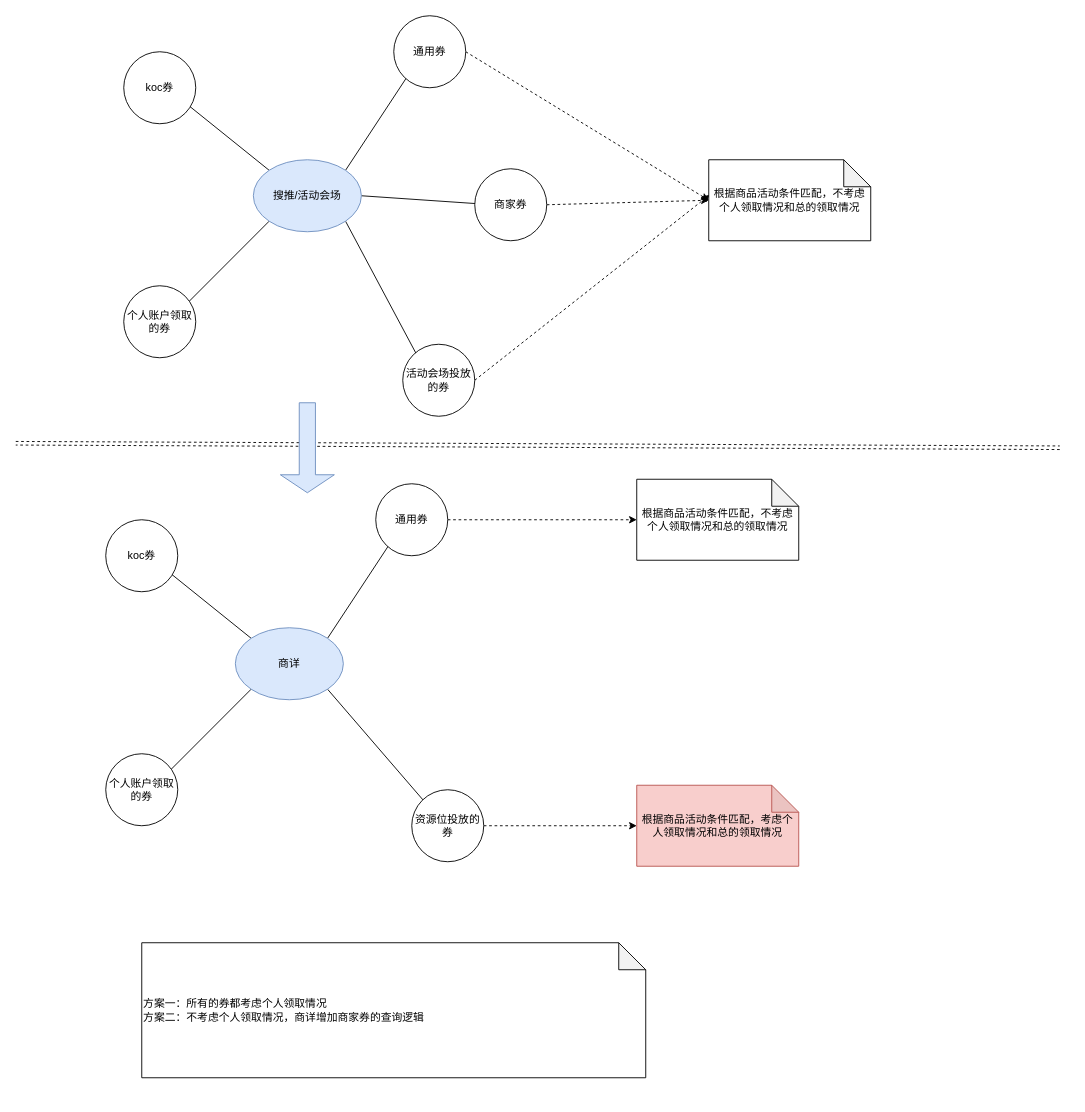
Earlier version of the draw.io diagram page "Page-34" (32 of 32) of Untitled Diagram.drawio (zengcrvip/basedemo). Source tidied: cells renumbered, new cells numbered last; positions are measured from the earlier drawing's top-left corner, leaving out a move shared by most shapes. Both pictures are drawn from the tidied source at 90%, with x=0, y=0 at pixel (15, 15).
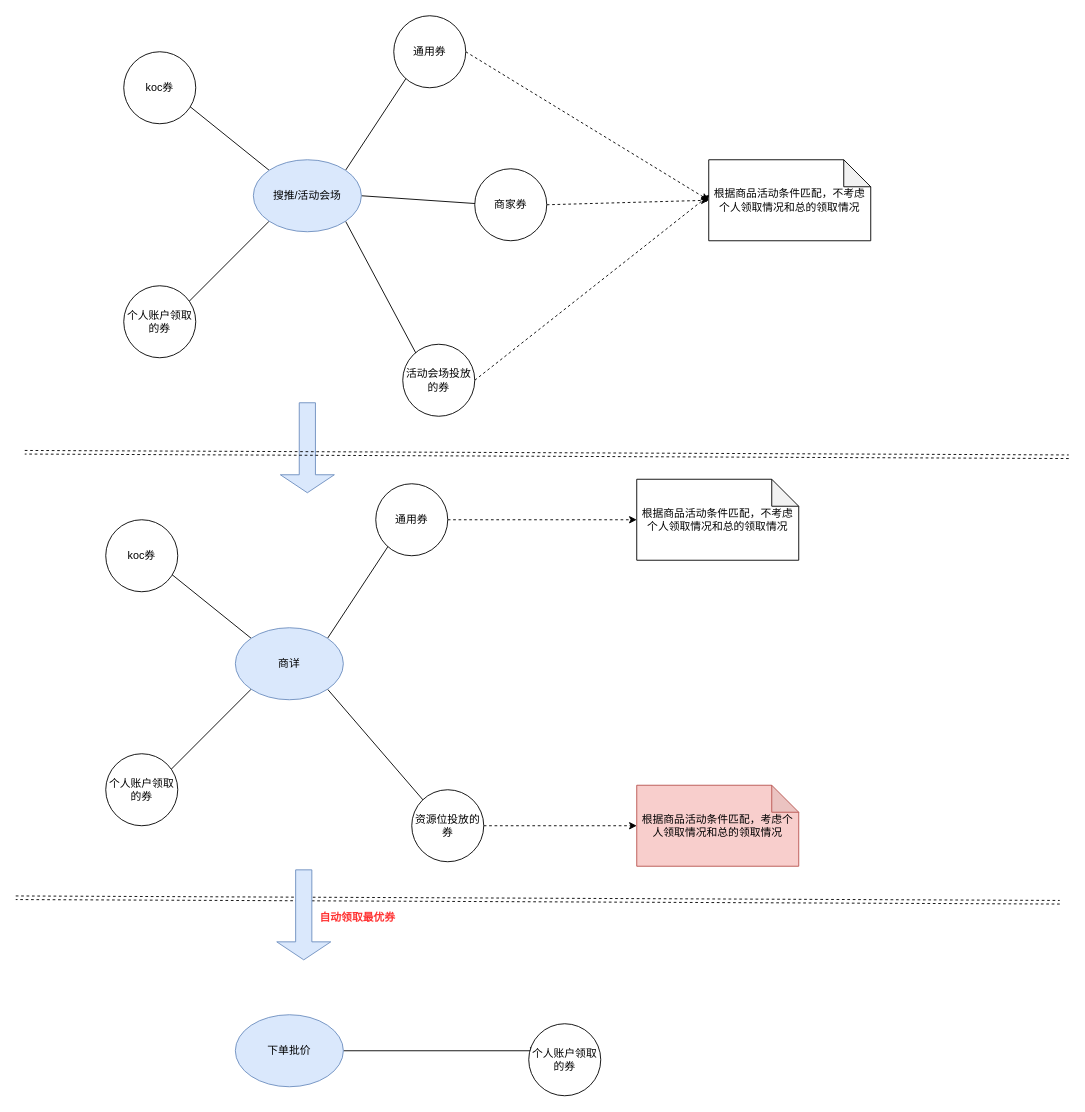
The same page after the edit.

Change to the diagram source:
```diff
@@
     <mxCell id="29" style="shape=link;html=1;rounded=0;dashed=1;" parent="1" edge="1">
       <mxGeometry relative="1" as="geometry">
-        <mxPoint y="475" as="sourcePoint" />
-        <mxPoint x="1160" y="480" as="targetPoint" />
+        <mxPoint y="980" as="sourcePoint" />
+        <mxPoint x="1160" y="985" as="targetPoint" />
       </mxGeometry>
     </mxCell>
@@
-    <mxCell id="32" value="方案一：所有的券都考虑个人领取情况&lt;br&gt;方案二：不考虑个人领取情况，商详增加商家券的查询逻辑" style="shape=note;whiteSpace=wrap;html=1;backgroundOutline=1;darkOpacity=0.05;align=left;" parent="1" vertex="1">
-      <mxGeometry x="140" y="1030" width="560" height="150" as="geometry" />
-    </mxCell>
+    <mxCell id="33" style="shape=link;html=1;rounded=0;dashed=1;" parent="1" edge="1">
+      <mxGeometry relative="1" as="geometry">
+        <mxPoint x="10" y="485" as="sourcePoint" />
+        <mxPoint x="1170" y="490" as="targetPoint" />
+      </mxGeometry>
+    </mxCell>
+    <mxCell id="34" style="shape=singleArrow;direction=south;whiteSpace=wrap;html=1;align=left;fillColor=#dae8fc;strokeColor=#6c8ebf;" parent="1" vertex="1">
+      <mxGeometry x="290" y="949" width="60" height="100" as="geometry" />
+    </mxCell>
+    <mxCell id="35" style="edgeStyle=none;rounded=0;jettySize=auto;html=1;exitX=1;exitY=0.5;exitDx=0;exitDy=0;entryX=0.125;entryY=0.375;entryDx=0;entryDy=0;entryPerimeter=0;" parent="1" edge="1" source="36" target="37">
+      <mxGeometry relative="1" as="geometry" />
+    </mxCell>
+    <mxCell id="36" value="下单批价" style="ellipse;whiteSpace=wrap;html=1;fillColor=#dae8fc;strokeColor=#6c8ebf;" parent="1" vertex="1">
+      <mxGeometry x="244" y="1110" width="120" height="80" as="geometry" />
+    </mxCell>
+    <mxCell id="37" value="个人账户领取的券" style="ellipse;whiteSpace=wrap;html=1;" parent="1" vertex="1">
+      <mxGeometry x="570" y="1120" width="80" height="80" as="geometry" />
+    </mxCell>
+    <mxCell id="38" value="&lt;b&gt;&lt;font color=&quot;#ff3333&quot;&gt;自动领取最优券&lt;/font&gt;&lt;/b&gt;" style="text;html=1;strokeColor=none;fillColor=none;align=center;verticalAlign=middle;whiteSpace=wrap;rounded=0;" parent="1" vertex="1">
+      <mxGeometry x="330" y="984" width="100" height="36" as="geometry" />
+    </mxCell>
```
